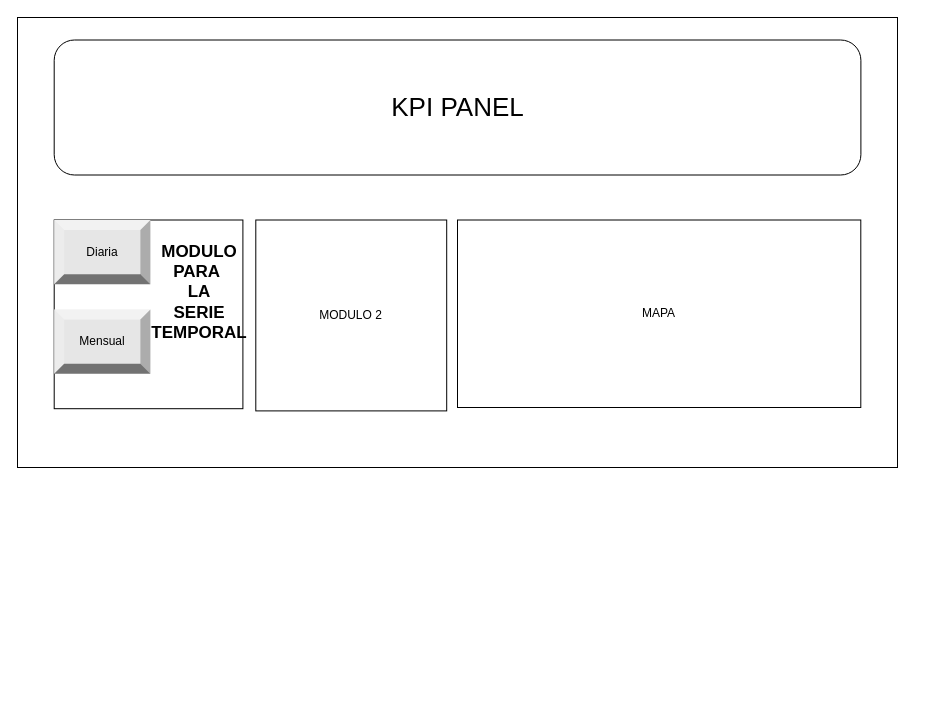
This is DashboardProyecto/Mockup dashboard/dashboard.drawio from Jalope/ACT_1_Herramientas, a draw.io file, before an edit. Source tidied: cells renumbered, new cells numbered last; positions are measured from the earlier drawing's top-left corner, leaving out a move shared by most shapes. Both pictures are drawn from the tidied source at 100%, with x=0, y=0 at pixel (17, 17).
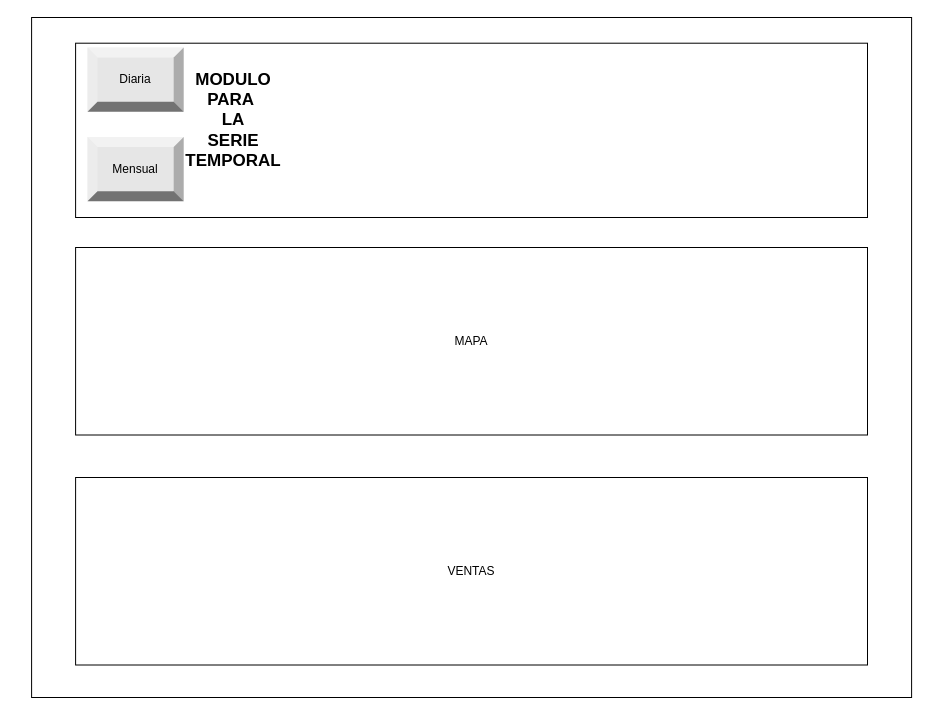
Above is the later version.

Change to the diagram source:
```diff
@@
 <mxGraphModel>
   <root>
     <mxCell id="0" />
     <mxCell id="1" parent="0" />
-    <mxCell id="2" style="group;" parent="1" vertex="1">
-      <mxGeometry width="880" height="450" as="geometry" />
-    </mxCell>
-    <mxCell id="3" style="rounded=0;whiteSpace=wrap;html=1;" parent="2" vertex="1">
-      <mxGeometry width="880" height="450" as="geometry" />
+    <mxCell id="3" style="rounded=0;whiteSpace=wrap;html=1;" parent="1" vertex="1">
+      <mxGeometry x="14.1" width="880" height="680" as="geometry" />
     </mxCell>
-    <mxCell id="4" value="&lt;font style=&quot;font-size: 26px;&quot;&gt;KPI PANEL&lt;/font&gt;" style="rounded=1;whiteSpace=wrap;html=1;" parent="2" vertex="1">
-      <mxGeometry x="36.7" y="22.5" width="806.7" height="135" as="geometry" />
-    </mxCell>
-    <mxCell id="5" style="whiteSpace=wrap;html=1;" parent="2" vertex="1">
-      <mxGeometry x="36.7" y="202.5" width="188.7" height="188.7" as="geometry" />
-    </mxCell>
-    <mxCell id="6" value="MODULO 2" style="whiteSpace=wrap;html=1;" parent="2" vertex="1">
-      <mxGeometry x="238.3" y="202.5" width="190.9" height="190.9" as="geometry" />
-    </mxCell>
-    <mxCell id="7" value="MAPA" style="rounded=0;whiteSpace=wrap;html=1;" parent="2" vertex="1">
-      <mxGeometry x="440" y="202.5" width="403.3" height="187.5" as="geometry" />
+    <mxCell id="7" value="VENTAS" style="rounded=0;whiteSpace=wrap;html=1;" parent="1" vertex="1">
+      <mxGeometry x="58.1" y="460" width="791.9" height="187.5" as="geometry" />
     </mxCell>
+    <mxCell id="11" style="rounded=0;whiteSpace=wrap;html=1;" parent="1" vertex="1">
+      <mxGeometry x="58.1" y="25.7" width="791.9" height="174.3" as="geometry" />
+    </mxCell>
-    <mxCell id="8" value="Diaria" style="labelPosition=center;verticalLabelPosition=middle;align=center;html=1;shape=mxgraph.basic.shaded_button;dx=10;fillColor=#E6E6E6;strokeColor=none;whiteSpace=wrap;" parent="2" vertex="1">
-      <mxGeometry x="36.7" y="202.5" width="96.2" height="64.3" as="geometry" />
+    <mxCell id="8" value="Diaria" style="labelPosition=center;verticalLabelPosition=middle;align=center;html=1;shape=mxgraph.basic.shaded_button;dx=10;fillColor=#E6E6E6;strokeColor=none;whiteSpace=wrap;" parent="1" vertex="1">
+      <mxGeometry x="70" y="30" width="96.2" height="64.3" as="geometry" />
     </mxCell>
-    <mxCell id="9" value="Mensual" style="labelPosition=center;verticalLabelPosition=middle;align=center;html=1;shape=mxgraph.basic.shaded_button;dx=10;fillColor=#E6E6E6;strokeColor=none;whiteSpace=wrap;" parent="2" vertex="1">
-      <mxGeometry x="36.7" y="292" width="96.2" height="64.3" as="geometry" />
+    <mxCell id="9" value="Mensual" style="labelPosition=center;verticalLabelPosition=middle;align=center;html=1;shape=mxgraph.basic.shaded_button;dx=10;fillColor=#E6E6E6;strokeColor=none;whiteSpace=wrap;" parent="1" vertex="1">
+      <mxGeometry x="70" y="119.5" width="96.2" height="64.3" as="geometry" />
     </mxCell>
-    <mxCell id="10" value="&lt;b&gt;&lt;font style=&quot;font-size: 17px;&quot;&gt;MODULO&lt;/font&gt;&lt;/b&gt;&lt;div&gt;&lt;b&gt;&lt;font style=&quot;font-size: 17px;&quot;&gt;PARA&amp;nbsp;&lt;/font&gt;&lt;/b&gt;&lt;/div&gt;&lt;div&gt;&lt;b&gt;&lt;font style=&quot;font-size: 17px;&quot;&gt;LA&lt;/font&gt;&lt;/b&gt;&lt;/div&gt;&lt;div&gt;&lt;b&gt;&lt;font style=&quot;font-size: 17px;&quot;&gt;SERIE&lt;/font&gt;&lt;/b&gt;&lt;/div&gt;&lt;div&gt;&lt;b&gt;&lt;font style=&quot;font-size: 17px;&quot;&gt;TEMPORAL&lt;/font&gt;&lt;/b&gt;&lt;/div&gt;" style="text;html=1;align=center;verticalAlign=middle;whiteSpace=wrap;rounded=0;" parent="2" vertex="1">
-      <mxGeometry x="150.2" y="258.2" width="64.4" height="33.8" as="geometry" />
+    <mxCell id="10" value="&lt;b&gt;&lt;font style=&quot;font-size: 17px;&quot;&gt;MODULO&lt;/font&gt;&lt;/b&gt;&lt;div&gt;&lt;b&gt;&lt;font style=&quot;font-size: 17px;&quot;&gt;PARA&amp;nbsp;&lt;/font&gt;&lt;/b&gt;&lt;/div&gt;&lt;div&gt;&lt;b&gt;&lt;font style=&quot;font-size: 17px;&quot;&gt;LA&lt;/font&gt;&lt;/b&gt;&lt;/div&gt;&lt;div&gt;&lt;b&gt;&lt;font style=&quot;font-size: 17px;&quot;&gt;SERIE&lt;/font&gt;&lt;/b&gt;&lt;/div&gt;&lt;div&gt;&lt;b&gt;&lt;font style=&quot;font-size: 17px;&quot;&gt;TEMPORAL&lt;/font&gt;&lt;/b&gt;&lt;/div&gt;" style="text;html=1;align=center;verticalAlign=middle;whiteSpace=wrap;rounded=0;" parent="1" vertex="1">
+      <mxGeometry x="183.6" y="85.7" width="64.4" height="33.8" as="geometry" />
     </mxCell>
+    <mxCell id="12" value="MAPA" style="rounded=0;whiteSpace=wrap;html=1;" parent="1" vertex="1">
+      <mxGeometry x="58.1" y="230" width="791.9" height="187.5" as="geometry" />
+    </mxCell>
   </root>
 </mxGraphModel>
```
